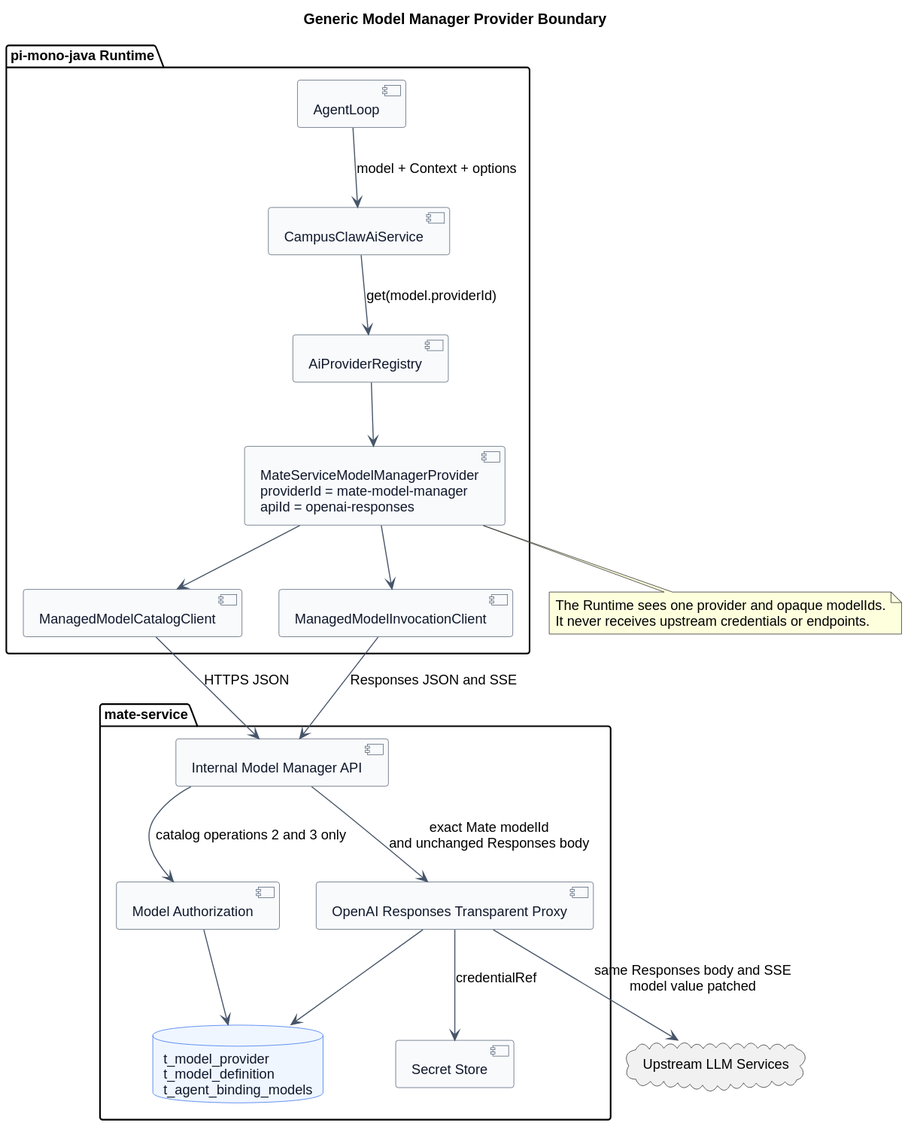
This is model-manager-provider-contract/generic_provider_boundary.svg from ssm0808/pi-mono-java-design, a PlantUML export, as it was before one commit.
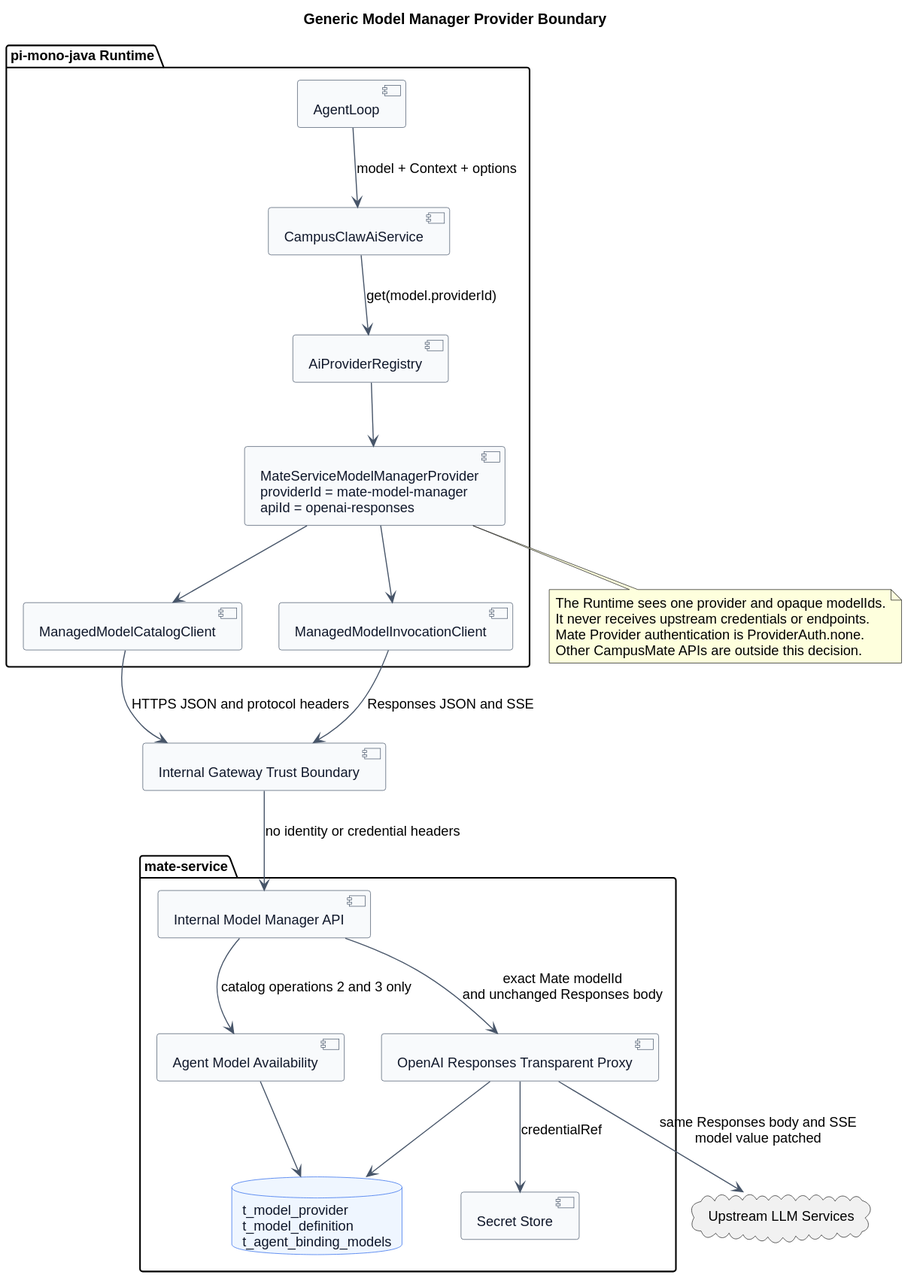
After the change.

Commit message:
docs(model-manager): align internal gateway no-auth contract

What changed in the source:
```diff
@@ -29,23 +29,25 @@
 
 package "mate-service" {
   [Internal Model Manager API] as ManagerApi
-  [Model Authorization] as Authorization
+  [Agent Model Availability] as Availability
   [OpenAI Responses Transparent Proxy] as Router
   database "t_model_provider\nt_model_definition\nt_agent_binding_models" as Catalog
   [Secret Store] as Secrets
 }
 
 cloud "Upstream LLM Services" as Vendors
+[Internal Gateway Trust Boundary] as Gateway
 
 Loop --> AiService : model + Context + options
 AiService --> Registry : get(model.providerId)
 Registry --> GenericProvider
 GenericProvider --> CatalogClient
 GenericProvider --> InvocationClient
-CatalogClient --> ManagerApi : HTTPS JSON
-InvocationClient --> ManagerApi : Responses JSON and SSE
-ManagerApi --> Authorization : catalog operations 2 and 3 only
-Authorization --> Catalog
+CatalogClient --> Gateway : HTTPS JSON and protocol headers
+InvocationClient --> Gateway : Responses JSON and SSE
+Gateway --> ManagerApi : no identity or credential headers
+ManagerApi --> Availability : catalog operations 2 and 3 only
+Availability --> Catalog
 ManagerApi --> Router : exact Mate modelId\nand unchanged Responses body
 Router --> Catalog
 Router --> Secrets : credentialRef
@@ -54,5 +56,7 @@
 note bottom of GenericProvider
 The Runtime sees one provider and opaque modelIds.
 It never receives upstream credentials or endpoints.
+Mate Provider authentication is ProviderAuth.none.
+Other CampusMate APIs are outside this decision.
 end note
 @enduml
```
